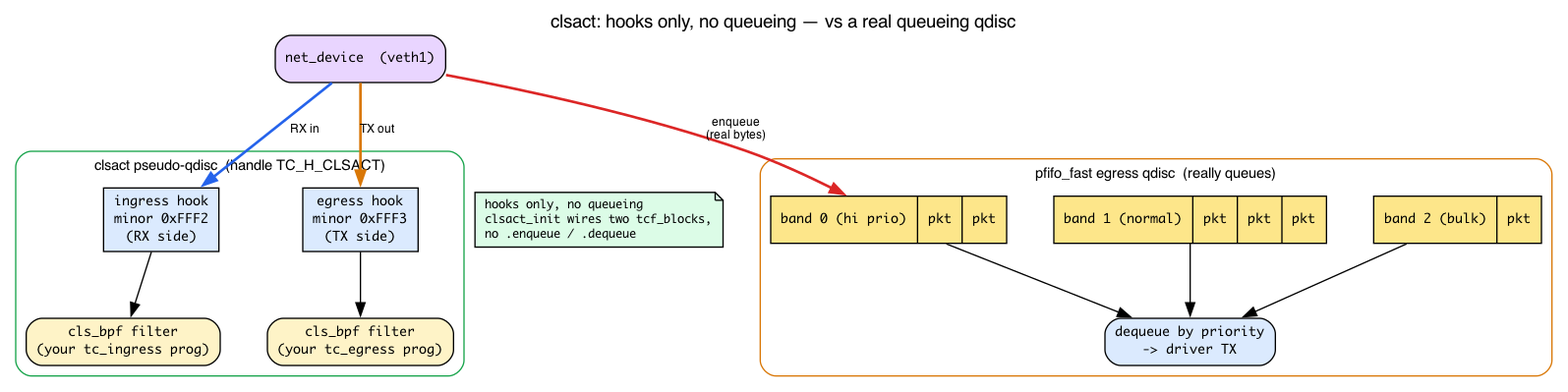
This is ebpf/src/diagrams/day16_tc_pipeline.png from biefy/books, a Graphviz export, as it was before one commit. Its source is kept beside it as ebpf/src/diagrams/src/day16_tc_pipeline.dot. The source it was exported from:
```dot
digraph tc_pipeline {
    rankdir=TB;
    labelloc=t;
    label="clsact: hooks only, no queueing — vs a real queueing qdisc";
    fontname="Helvetica"; fontsize=14;
    node [fontname="Monaco", fontsize=10];
    nodesep=0.5; ranksep=0.7;

    netdev [shape=box, style="filled,rounded", fillcolor="#e9d5ff",
            label="net_device  (veth1)"];

    subgraph cluster_clsact {
        label="clsact pseudo-qdisc  (handle TC_H_CLSACT)";
        fontname="Helvetica"; fontsize=11; style="rounded"; color="#16a34a";

         in_hook [shape=box, style="filled", fillcolor="#dbeafe",
                  label="ingress hook\nminor 0xFFF2\n(RX side)"];
        in_filt [shape=box, style="filled,rounded", fillcolor="#fef3c7",
                 label="cls_bpf filter\n(your tc_ingress prog)"];

        eg_hook [shape=box, style="filled", fillcolor="#dbeafe",
                 label="egress hook\nminor 0xFFF3\n(TX side)"];
        eg_filt [shape=box, style="filled,rounded", fillcolor="#fef3c7",
                 label="cls_bpf filter\n(your tc_egress prog)"];

        in_hook -> in_filt;
        eg_hook -> eg_filt;
    }

    noq [shape=note, style="filled", fillcolor="#dcfce7", fontsize=9,
         label="hooks only, no queueing\lclsact_init wires two tcf_blocks,\lno .enqueue / .dequeue\l"];

    netdev -> in_hook [label="RX in", color="#2563eb", style=bold, fontname="Helvetica", fontsize=9];
    netdev -> eg_hook [label="TX out", color="#d97706", style=bold, fontname="Helvetica", fontsize=9];
    noq -> eg_filt [style=invis];

    subgraph cluster_pfifo {
        label="pfifo_fast egress qdisc  (really queues)";
        fontname="Helvetica"; fontsize=11; style="rounded"; color="#d97706";

        band0 [shape=record, style="filled", fillcolor="#fde68a",
               label="band 0 (hi prio) | pkt | pkt"];
        band1 [shape=record, style="filled", fillcolor="#fde68a",
               label="band 1 (normal) | pkt | pkt | pkt"];
        band2 [shape=record, style="filled", fillcolor="#fde68a",
               label="band 2 (bulk) | pkt"];
        sched [shape=box, style="filled,rounded", fillcolor="#dbeafe",
               label="dequeue by priority\n-> driver TX"];

        band0 -> sched;
        band1 -> sched;
        band2 -> sched;
    }

    netdev -> band0 [label="enqueue\n(real bytes)", color="#dc2626", style=bold, fontname="Helvetica", fontsize=9];
}
```
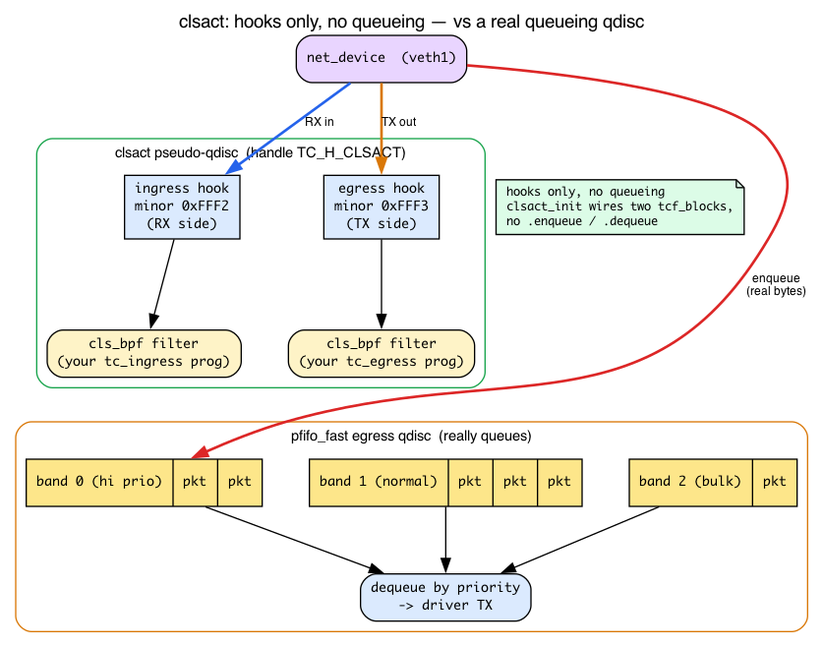
The same file after the commit.

Change to the diagram source:
```diff
@@ -53,4 +53,5 @@
     }
 
     netdev -> band0 [label="enqueue\n(real bytes)", color="#dc2626", style=bold, fontname="Helvetica", fontsize=9];
+    in_filt -> band0 [style=invis, weight=100];
 }
```
